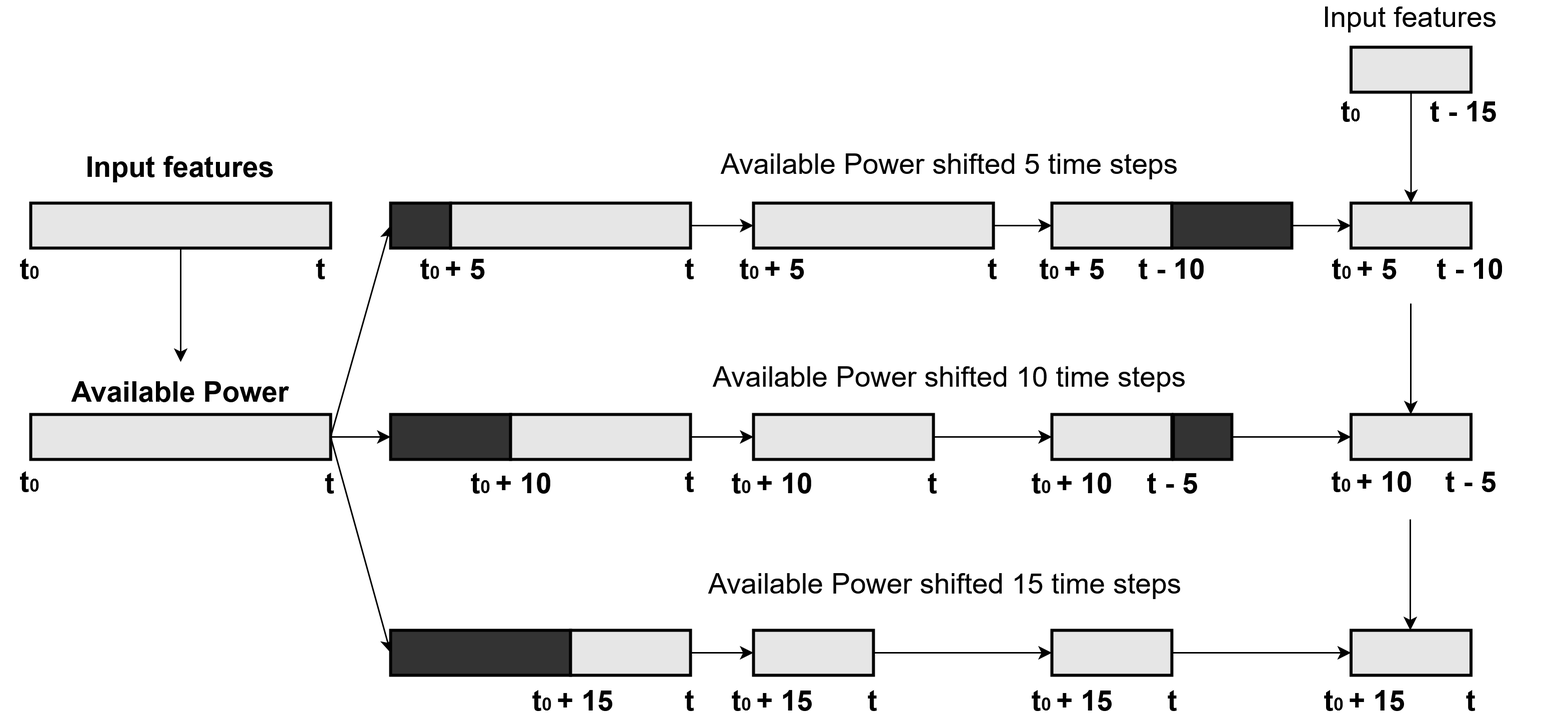
Earlier version of the draw.io export Images/Data Shift.png (tomasbogalho/Tom-s-Bogalho-MSc-Thesis-New). Source tidied: cells renumbered, new cells last; positions are measured from the earlier drawing's top-left corner, leaving out a move shared by most shapes.
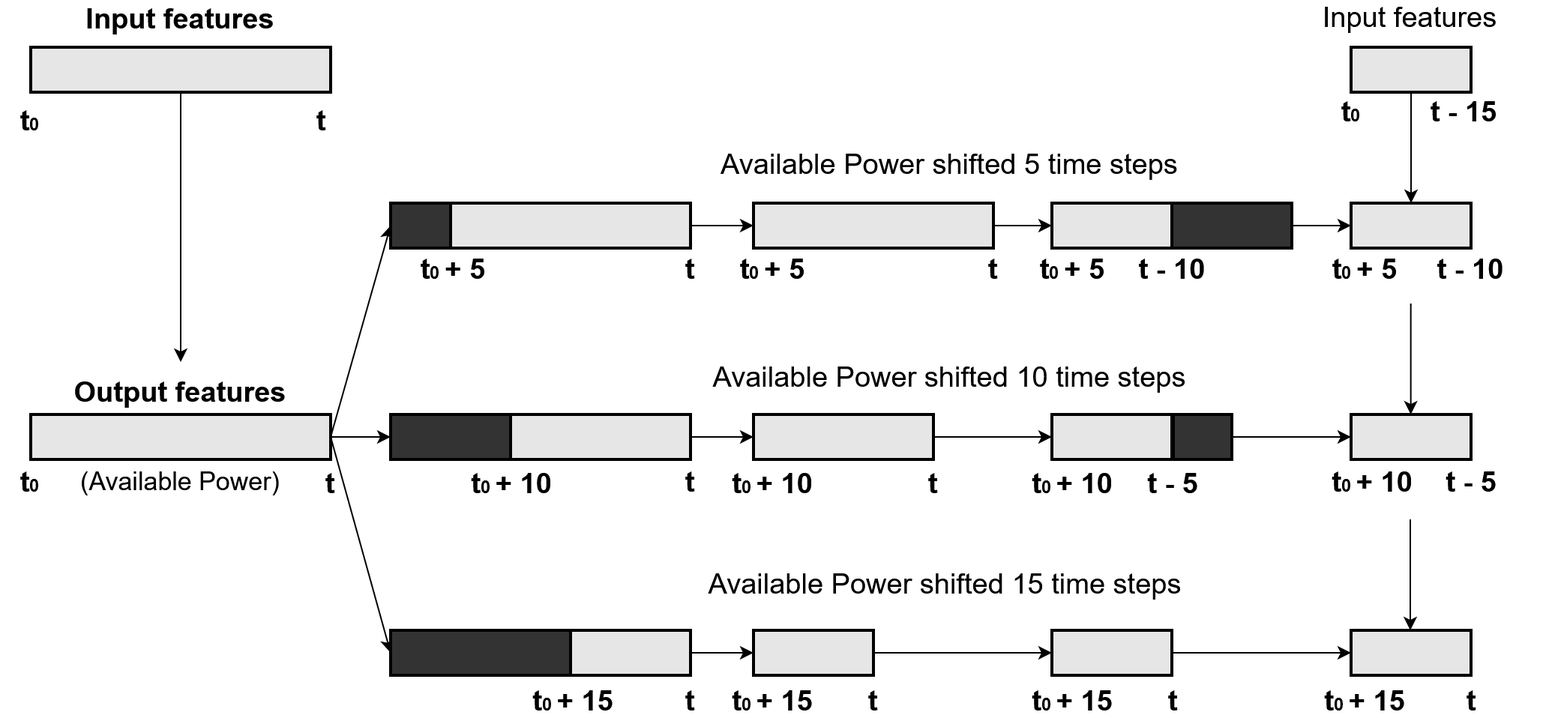
Above is the later version.

The edit, as a diff of the source:
```diff
@@ -11,7 +11,7 @@
     <mxCell id="4" style="rounded=0;whiteSpace=wrap;html=1;fontStyle=1;strokeWidth=2;fillColor=#E6E6E6;" parent="1" vertex="1">
       <mxGeometry x="20" y="275" width="200" height="30" as="geometry" />
     </mxCell>
-    <mxCell id="5" value="&lt;font style=&quot;font-size: 19px&quot;&gt;Available Power&lt;br&gt;&lt;/font&gt;" style="text;html=1;strokeColor=none;fillColor=none;align=center;verticalAlign=middle;whiteSpace=wrap;rounded=0;fontStyle=1;" parent="1" vertex="1">
+    <mxCell id="5" value="&lt;font style=&quot;font-size: 19px&quot;&gt;Output features&lt;/font&gt;" style="text;html=1;strokeColor=none;fillColor=none;align=center;verticalAlign=middle;whiteSpace=wrap;rounded=0;fontStyle=1;" parent="1" vertex="1">
       <mxGeometry y="250" width="240" height="20" as="geometry" />
     </mxCell>
     <mxCell id="6" style="edgeStyle=orthogonalEdgeStyle;rounded=0;jettySize=auto;html=1;exitX=1;exitY=0.5;exitDx=0;exitDy=0;entryX=0;entryY=0.5;entryDx=0;entryDy=0;fontStyle=1;" parent="1" edge="1" source="4" target="32">
@@ -221,16 +221,16 @@
       </mxGeometry>
     </mxCell>
     <mxCell id="72" style="rounded=0;whiteSpace=wrap;html=1;fontStyle=1;strokeWidth=2;fillColor=#E6E6E6;" parent="1" vertex="1">
-      <mxGeometry x="20" y="134" width="200" height="30" as="geometry" />
+      <mxGeometry x="20" y="30" width="200" height="30" as="geometry" />
     </mxCell>
     <mxCell id="73" value="&lt;font style=&quot;font-size: 19px&quot;&gt;t&lt;/font&gt;0" style="text;html=1;strokeColor=none;fillColor=none;align=center;verticalAlign=middle;whiteSpace=wrap;rounded=0;dashed=1;fontStyle=1;" parent="1" vertex="1">
-      <mxGeometry y="168" width="40" height="20" as="geometry" />
+      <mxGeometry y="69" width="40" height="20" as="geometry" />
     </mxCell>
     <mxCell id="74" value="&lt;font style=&quot;font-size: 19px&quot;&gt;t&lt;/font&gt;" style="text;html=1;strokeColor=none;fillColor=none;align=center;verticalAlign=middle;whiteSpace=wrap;rounded=0;dashed=1;fontStyle=1;" parent="1" vertex="1">
-      <mxGeometry x="194" y="168" width="40" height="20" as="geometry" />
+      <mxGeometry x="194" y="69" width="40" height="20" as="geometry" />
     </mxCell>
     <mxCell id="75" value="&lt;font style=&quot;font-size: 19px&quot;&gt;Input features&lt;br&gt;&lt;/font&gt;" style="text;html=1;strokeColor=none;fillColor=none;align=center;verticalAlign=middle;whiteSpace=wrap;rounded=0;fontStyle=1;" parent="1" vertex="1">
-      <mxGeometry y="100" width="240" height="20" as="geometry" />
+      <mxGeometry y="1" width="240" height="20" as="geometry" />
     </mxCell>
     <mxCell id="76" style="edgeStyle=orthogonalEdgeStyle;rounded=0;jettySize=auto;html=1;exitX=0.5;exitY=1;exitDx=0;exitDy=0;entryX=0.5;entryY=0;entryDx=0;entryDy=0;" parent="1" edge="1" source="77" target="61">
       <mxGeometry relative="1" as="geometry" />
@@ -247,5 +247,8 @@
     <mxCell id="80" value="&lt;font style=&quot;font-size: 19px&quot;&gt;t&lt;/font&gt;&lt;font style=&quot;font-size: 19px&quot;&gt; - 15&lt;/font&gt;" style="text;html=1;strokeColor=none;fillColor=none;align=center;verticalAlign=middle;whiteSpace=wrap;rounded=0;dashed=1;fontStyle=1;" parent="1" vertex="1">
       <mxGeometry x="945.5" y="63" width="59.5" height="20" as="geometry" />
     </mxCell>
+    <mxCell id="81" value="&lt;font style=&quot;font-size: 17px&quot;&gt;(Available Power)&lt;/font&gt;" style="text;html=1;strokeColor=none;fillColor=none;align=center;verticalAlign=middle;whiteSpace=wrap;rounded=0;" parent="1" vertex="1">
+      <mxGeometry x="40" y="310" width="160" height="20" as="geometry" />
+    </mxCell>
   </root>
 </mxGraphModel>
```
